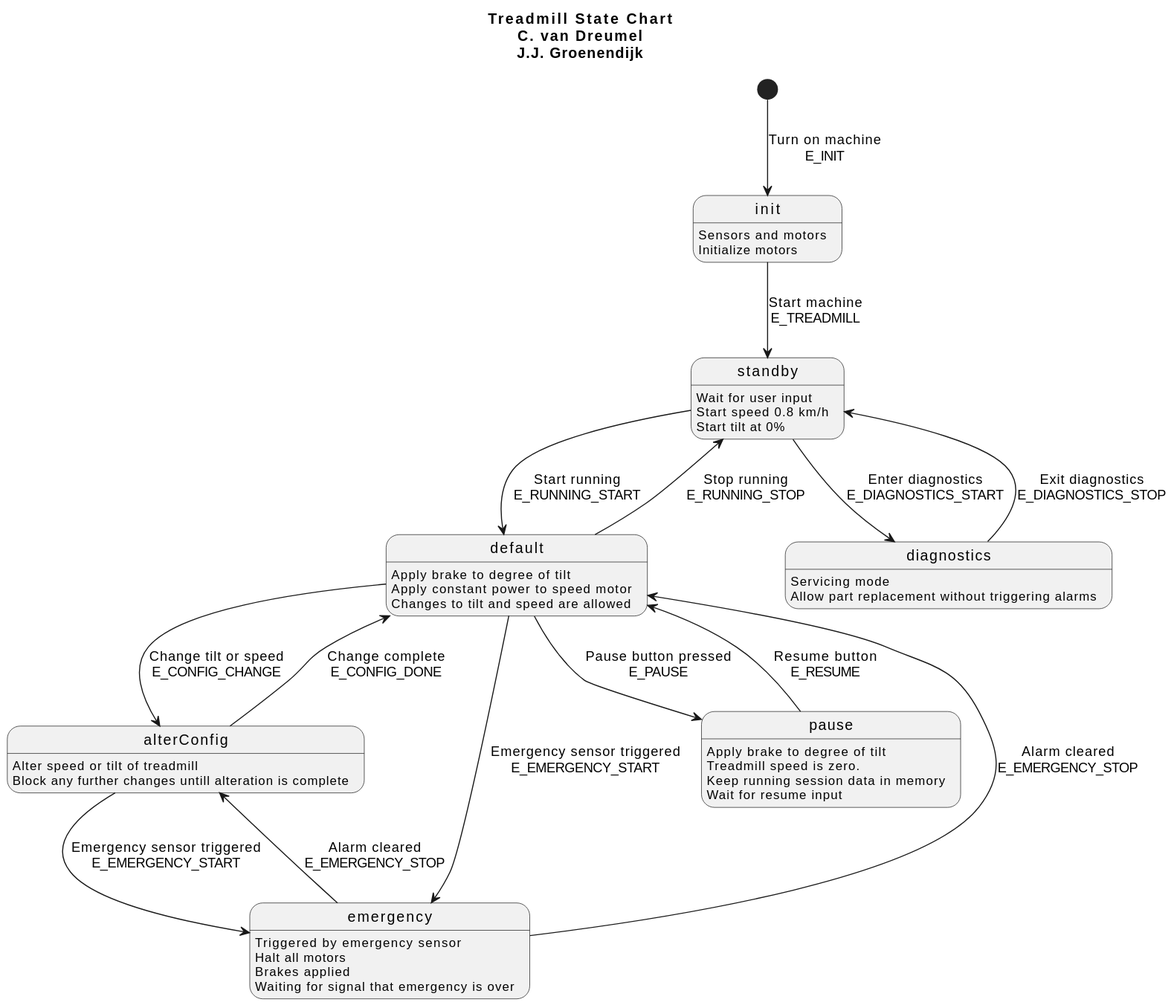
Earlier version of the PlantUML export uml/treadmill-state-chart.svg (jaapstreepjan/fsm-treadmill).
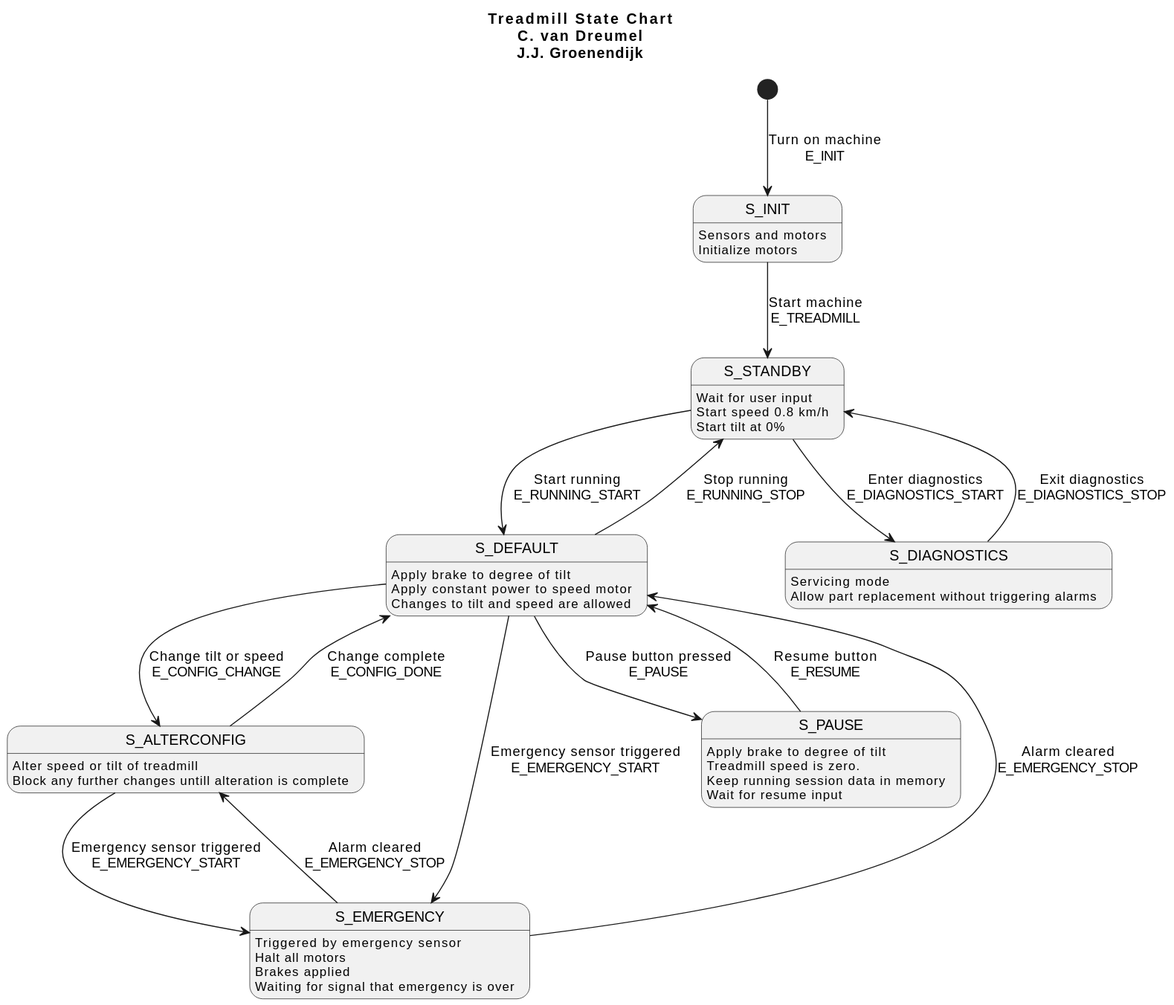
After the change.

Commit message:
Fix State chart

Change to the diagram source:
```diff
@@ -1,49 +1,49 @@
 @startuml
 title Treadmill State Chart\nC. van Dreumel\nJ.J. Groenendijk
 
-[*] --> init : Turn on machine\nE_INIT
+[*] --> S_INIT : Turn on machine\nE_INIT
 
-init --> standby : Start machine\nE_TREADMILL
+S_INIT --> S_STANDBY : Start machine\nE_TREADMILL
 
-standby --> default : Start running\nE_RUNNING_START
-default --> standby : Stop running\nE_RUNNING_STOP
+S_STANDBY --> S_DEFAULT : Start running\nE_RUNNING_START
+S_DEFAULT --> S_STANDBY : Stop running\nE_RUNNING_STOP
 
-standby --> diagnostics : Enter diagnostics\nE_DIAGNOSTICS_START
-diagnostics --> standby : Exit diagnostics\nE_DIAGNOSTICS_STOP
+S_STANDBY --> S_DIAGNOSTICS: Enter diagnostics\nE_DIAGNOSTICS_START
+S_DIAGNOSTICS--> S_STANDBY : Exit diagnostics\nE_DIAGNOSTICS_STOP
 
-default --> alterConfig : Change tilt or speed\nE_CONFIG_CHANGE
-alterConfig --> default : Change complete\nE_CONFIG_DONE
-default --> emergency : Emergency sensor triggered\nE_EMERGENCY_START
-emergency --> default : Alarm cleared\nE_EMERGENCY_STOP
-default --> pause : Pause button pressed\nE_PAUSE
-pause --> default : Resume button\nE_RESUME
-alterConfig --> emergency : Emergency sensor triggered\nE_EMERGENCY_START
-emergency --> alterConfig : Alarm cleared\nE_EMERGENCY_STOP
+S_DEFAULT --> S_ALTERCONFIG : Change tilt or speed\nE_CONFIG_CHANGE
+S_ALTERCONFIG --> S_DEFAULT : Change complete\nE_CONFIG_DONE
+S_DEFAULT --> S_EMERGENCY: Emergency sensor triggered\nE_EMERGENCY_START
+S_EMERGENCY--> S_DEFAULT : Alarm cleared\nE_EMERGENCY_STOP
+S_DEFAULT --> S_PAUSE : Pause button pressed\nE_PAUSE
+S_PAUSE --> S_DEFAULT : Resume button\nE_RESUME
+S_ALTERCONFIG --> S_EMERGENCY: Emergency sensor triggered\nE_EMERGENCY_START
+S_EMERGENCY--> S_ALTERCONFIG : Alarm cleared\nE_EMERGENCY_STOP
 
 
-init : Sensors and motors\nInitialize motors
+S_INIT : Sensors and motors\nInitialize motors
 
-emergency : Triggered by emergency sensor
-emergency : Halt all motors
-emergency : Brakes applied
-emergency : Waiting for signal that emergency is over
+S_EMERGENCY: Triggered by emergency sensor
+S_EMERGENCY: Halt all motors
+S_EMERGENCY: Brakes applied
+S_EMERGENCY: Waiting for signal that emergency is over
 
-alterConfig : Alter speed or tilt of treadmill
-alterConfig : Block any further changes untill alteration is complete
+S_ALTERCONFIG : Alter speed or tilt of treadmill
+S_ALTERCONFIG : Block any further changes untill alteration is complete
 
-default : Apply brake to degree of tilt
-default : Apply constant power to speed motor
-default : Changes to tilt and speed are allowed
+S_DEFAULT : Apply brake to degree of tilt
+S_DEFAULT : Apply constant power to speed motor
+S_DEFAULT : Changes to tilt and speed are allowed
 
-pause : Apply brake to degree of tilt
-pause : Treadmill speed is zero.
-pause : Keep running session data in memory
-pause : Wait for resume input
+S_PAUSE : Apply brake to degree of tilt
+S_PAUSE : Treadmill speed is zero.
+S_PAUSE : Keep running session data in memory
+S_PAUSE : Wait for resume input
 
-standby : Wait for user input
-standby : Start speed 0.8 km/h
-standby : Start tilt at 0%
+S_STANDBY : Wait for user input
+S_STANDBY : Start speed 0.8 km/h
+S_STANDBY : Start tilt at 0%
 
-diagnostics : Servicing mode
-diagnostics : Allow part replacement without triggering alarms
+S_DIAGNOSTICS: Servicing mode
+S_DIAGNOSTICS: Allow part replacement without triggering alarms
 @enduml
```
